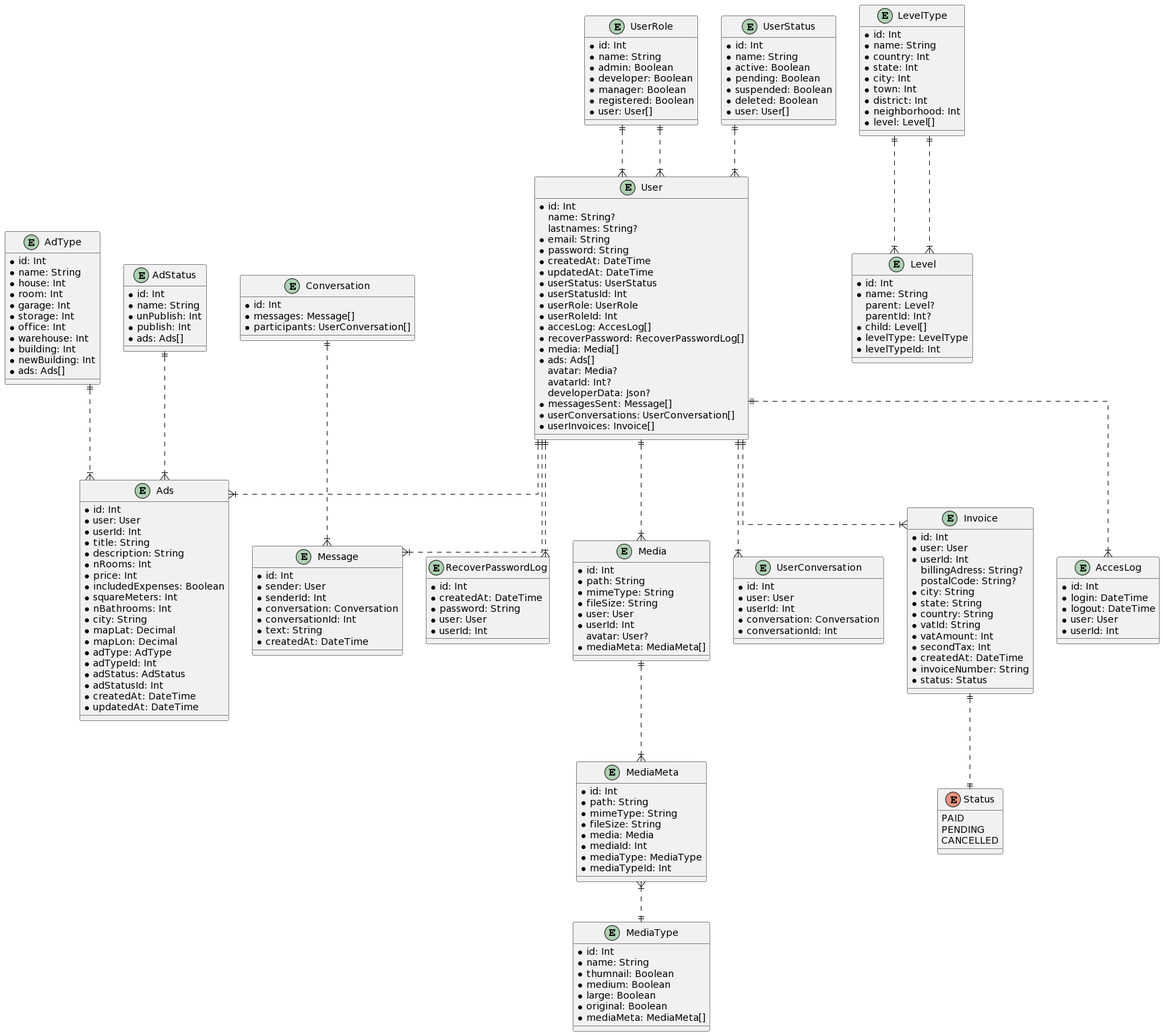
Earlier version of the PlantUML export backend/db/schema-db.png (IT-Academy-BCN/ita-directory).
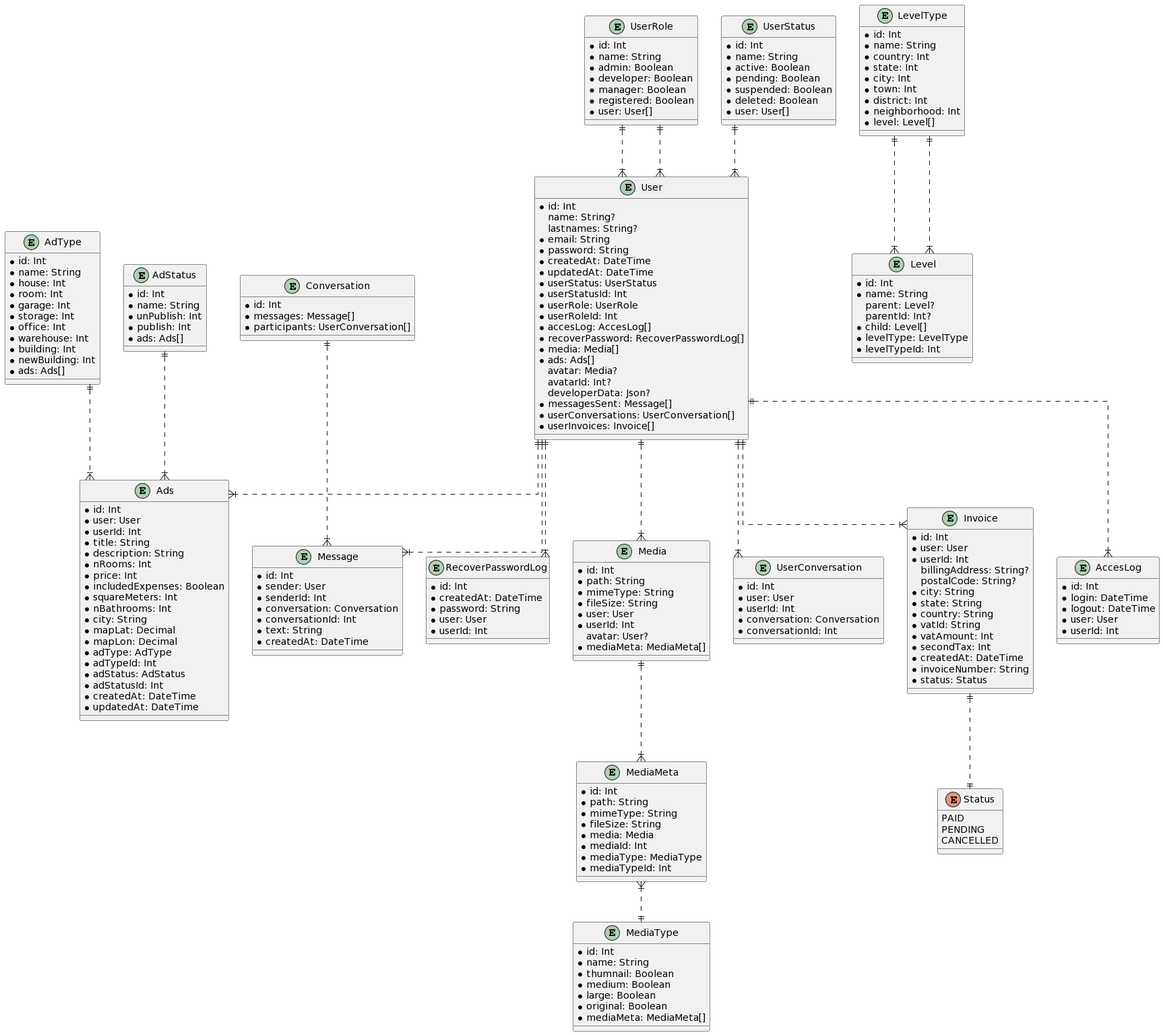
After the change.

The edit, as a diff of the source:
```diff
@@ -193,7 +193,7 @@
   * id: Int
   * user: User
   * userId: Int
-  billingAdress: String?
+  billingAddress: String?
   postalCode: String?
   * city: String
   * state: String
```
